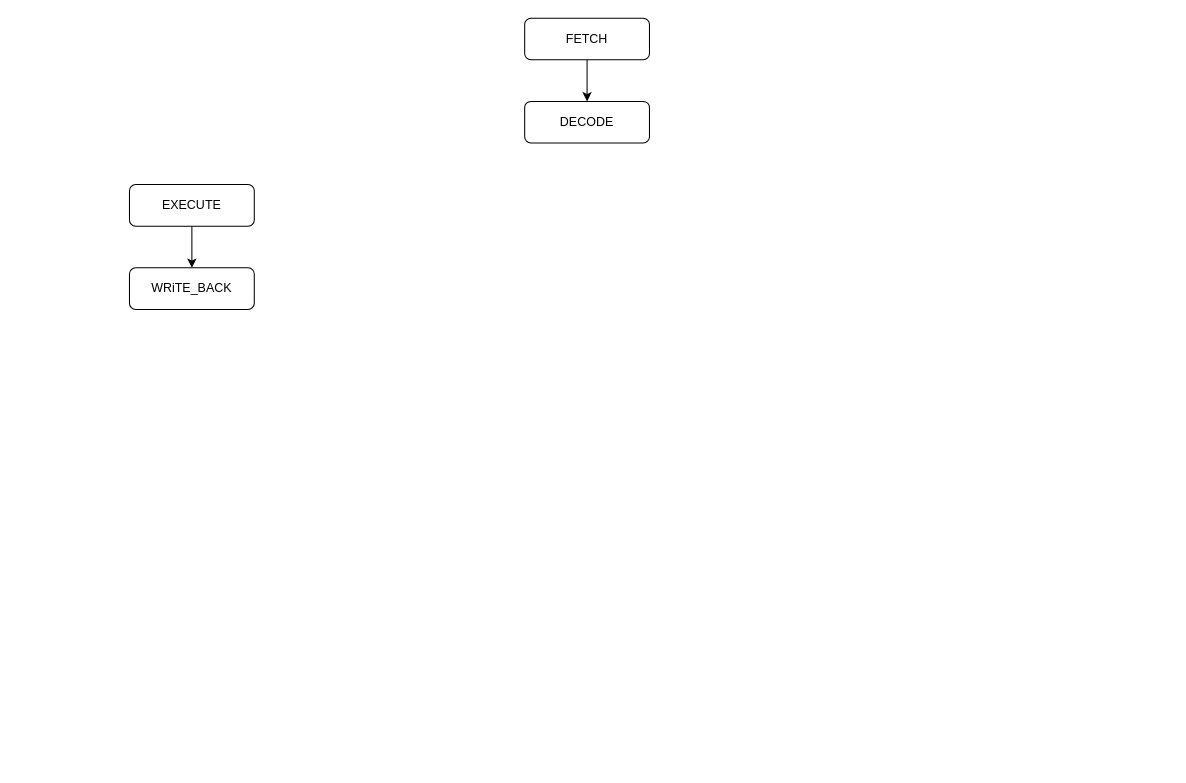
Before: page "State Machine" (3 of 4) of Datapath.drawio in SachiniW/RISC-V_Processor, a draw.io diagram. Source tidied: cells renumbered, new cells numbered last; positions are measured from the earlier drawing's top-left corner, leaving out a move shared by most shapes. Both pictures are drawn from the tidied source at 104%, with x=0, y=0 at pixel (129, 18).
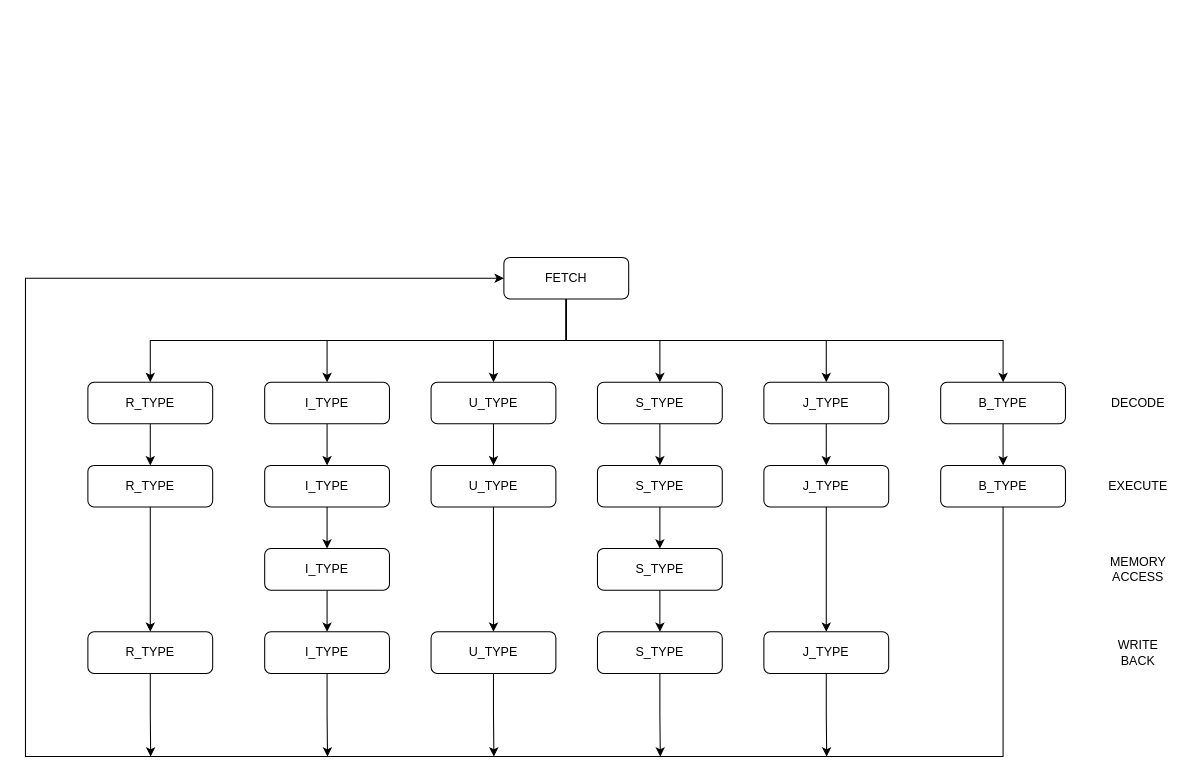
The same diagram, later.

Diff of the diagram source:
```diff
@@
-    <mxCell id="2" style="edgeStyle=none;html=1;" parent="1" edge="1" source="3" target="4">
-      <mxGeometry relative="1" as="geometry" />
-    </mxCell>
-    <mxCell id="3" value="FETCH" style="rounded=1;whiteSpace=wrap;html=1;" parent="1" vertex="1">
-      <mxGeometry x="380" width="120" height="40" as="geometry" />
-    </mxCell>
+    <mxCell id="8" style="edgeStyle=orthogonalEdgeStyle;html=1;exitX=0.5;exitY=1;exitDx=0;exitDy=0;entryX=0.5;entryY=0;entryDx=0;entryDy=0;rounded=0;" parent="1" edge="1" source="6" target="15">
+      <mxGeometry relative="1" as="geometry" />
+    </mxCell>
+    <mxCell id="9" style="edgeStyle=orthogonalEdgeStyle;rounded=0;html=1;exitX=0.5;exitY=1;exitDx=0;exitDy=0;entryX=0.5;entryY=0;entryDx=0;entryDy=0;" parent="1" edge="1" source="6" target="17">
+      <mxGeometry relative="1" as="geometry" />
+    </mxCell>
+    <mxCell id="5" style="edgeStyle=orthogonalEdgeStyle;rounded=0;html=1;exitX=0.5;exitY=1;exitDx=0;exitDy=0;entryX=0.5;entryY=0;entryDx=0;entryDy=0;" parent="1" edge="1" source="6" target="7">
+      <mxGeometry relative="1" as="geometry" />
+    </mxCell>
+    <mxCell id="10" style="edgeStyle=orthogonalEdgeStyle;rounded=0;html=1;exitX=0.5;exitY=1;exitDx=0;exitDy=0;entryX=0.5;entryY=0;entryDx=0;entryDy=0;" parent="1" edge="1" source="6" target="19">
+      <mxGeometry relative="1" as="geometry" />
+    </mxCell>
+    <mxCell id="11" style="edgeStyle=orthogonalEdgeStyle;rounded=0;html=1;exitX=0.5;exitY=1;exitDx=0;exitDy=0;" parent="1" edge="1" source="6" target="21">
+      <mxGeometry relative="1" as="geometry" />
+    </mxCell>
+    <mxCell id="12" style="edgeStyle=orthogonalEdgeStyle;rounded=0;html=1;exitX=0.5;exitY=1;exitDx=0;exitDy=0;entryX=0.5;entryY=0;entryDx=0;entryDy=0;" parent="1" edge="1" source="6" target="23">
+      <mxGeometry relative="1" as="geometry" />
+    </mxCell>
+    <mxCell id="6" value="FETCH" style="rounded=1;whiteSpace=wrap;html=1;" parent="1" vertex="1">
+      <mxGeometry x="360" y="230" width="120" height="40" as="geometry" />
+    </mxCell>
+    <mxCell id="13" style="edgeStyle=orthogonalEdgeStyle;rounded=0;html=1;exitX=0.5;exitY=1;exitDx=0;exitDy=0;entryX=0.5;entryY=0;entryDx=0;entryDy=0;" parent="1" edge="1" source="7" target="25">
+      <mxGeometry relative="1" as="geometry" />
+    </mxCell>
+    <mxCell id="7" value="U_TYPE" style="whiteSpace=wrap;html=1;rounded=1;" parent="1" vertex="1">
+      <mxGeometry x="290" y="350" width="120" height="40" as="geometry" />
+    </mxCell>
+    <mxCell id="14" style="edgeStyle=orthogonalEdgeStyle;rounded=0;html=1;exitX=0.5;exitY=1;exitDx=0;exitDy=0;entryX=0.5;entryY=0;entryDx=0;entryDy=0;" parent="1" edge="1" source="15" target="27">
+      <mxGeometry relative="1" as="geometry" />
+    </mxCell>
+    <mxCell id="15" value="R_TYPE" style="whiteSpace=wrap;html=1;rounded=1;" parent="1" vertex="1">
+      <mxGeometry x="-40" y="350" width="120" height="40" as="geometry" />
+    </mxCell>
+    <mxCell id="16" style="edgeStyle=orthogonalEdgeStyle;rounded=0;html=1;exitX=0.5;exitY=1;exitDx=0;exitDy=0;entryX=0.5;entryY=0;entryDx=0;entryDy=0;" parent="1" edge="1" source="17" target="29">
+      <mxGeometry relative="1" as="geometry" />
+    </mxCell>
+    <mxCell id="17" value="I_TYPE" style="whiteSpace=wrap;html=1;rounded=1;" parent="1" vertex="1">
+      <mxGeometry x="130" y="350" width="120" height="40" as="geometry" />
+    </mxCell>
+    <mxCell id="18" style="edgeStyle=orthogonalEdgeStyle;rounded=0;html=1;exitX=0.5;exitY=1;exitDx=0;exitDy=0;entryX=0.5;entryY=0;entryDx=0;entryDy=0;" parent="1" edge="1" source="19" target="31">
+      <mxGeometry relative="1" as="geometry" />
+    </mxCell>
+    <mxCell id="19" value="S_TYPE" style="whiteSpace=wrap;html=1;rounded=1;" parent="1" vertex="1">
+      <mxGeometry x="450" y="350" width="120" height="40" as="geometry" />
+    </mxCell>
+    <mxCell id="20" style="edgeStyle=orthogonalEdgeStyle;rounded=0;html=1;exitX=0.5;exitY=1;exitDx=0;exitDy=0;entryX=0.5;entryY=0;entryDx=0;entryDy=0;" parent="1" edge="1" source="21" target="33">
+      <mxGeometry relative="1" as="geometry" />
+    </mxCell>
+    <mxCell id="21" value="J_TYPE" style="whiteSpace=wrap;html=1;rounded=1;" parent="1" vertex="1">
+      <mxGeometry x="610" y="350" width="120" height="40" as="geometry" />
+    </mxCell>
+    <mxCell id="22" style="edgeStyle=none;rounded=0;html=1;exitX=0.5;exitY=1;exitDx=0;exitDy=0;entryX=0.5;entryY=0;entryDx=0;entryDy=0;" parent="1" edge="1" source="23" target="35">
+      <mxGeometry relative="1" as="geometry" />
+    </mxCell>
+    <mxCell id="23" value="B_TYPE" style="whiteSpace=wrap;html=1;rounded=1;" parent="1" vertex="1">
+      <mxGeometry x="780" y="350" width="120" height="40" as="geometry" />
+    </mxCell>
-    <mxCell id="4" value="DECODE" style="rounded=1;whiteSpace=wrap;html=1;" parent="1" vertex="1">
-      <mxGeometry x="380" y="80" width="120" height="40" as="geometry" />
+    <mxCell id="4" value="DECODE" style="text;html=1;strokeColor=none;fillColor=none;align=center;verticalAlign=middle;whiteSpace=wrap;rounded=0;" parent="1" vertex="1">
+      <mxGeometry x="950" y="360" width="40" height="20" as="geometry" />
     </mxCell>
-    <mxCell id="5" style="edgeStyle=none;html=1;" parent="1" edge="1" source="6" target="7">
-      <mxGeometry relative="1" as="geometry" />
-    </mxCell>
-    <mxCell id="6" value="EXECUTE" style="rounded=1;whiteSpace=wrap;html=1;" parent="1" vertex="1">
-      <mxGeometry y="160" width="120" height="40" as="geometry" />
-    </mxCell>
-    <mxCell id="7" value="WRiTE_BACK" style="whiteSpace=wrap;html=1;rounded=1;" parent="1" vertex="1">
-      <mxGeometry y="240" width="120" height="40" as="geometry" />
-    </mxCell>
+    <mxCell id="24" style="edgeStyle=orthogonalEdgeStyle;rounded=0;html=1;exitX=0.5;exitY=1;exitDx=0;exitDy=0;entryX=0.5;entryY=0;entryDx=0;entryDy=0;" parent="1" edge="1" source="25" target="41">
+      <mxGeometry relative="1" as="geometry" />
+    </mxCell>
+    <mxCell id="25" value="U_TYPE" style="whiteSpace=wrap;html=1;rounded=1;" parent="1" vertex="1">
+      <mxGeometry x="290" y="430" width="120" height="40" as="geometry" />
+    </mxCell>
+    <mxCell id="26" style="edgeStyle=orthogonalEdgeStyle;rounded=0;html=1;exitX=0.5;exitY=1;exitDx=0;exitDy=0;entryX=0.5;entryY=0;entryDx=0;entryDy=0;" parent="1" edge="1" source="27" target="43">
+      <mxGeometry relative="1" as="geometry" />
+    </mxCell>
+    <mxCell id="27" value="R_TYPE" style="whiteSpace=wrap;html=1;rounded=1;" parent="1" vertex="1">
+      <mxGeometry x="-40" y="430" width="120" height="40" as="geometry" />
+    </mxCell>
+    <mxCell id="28" style="edgeStyle=orthogonalEdgeStyle;rounded=0;html=1;exitX=0.5;exitY=1;exitDx=0;exitDy=0;entryX=0.5;entryY=0;entryDx=0;entryDy=0;" parent="1" edge="1" source="29" target="37">
+      <mxGeometry relative="1" as="geometry" />
+    </mxCell>
+    <mxCell id="29" value="I_TYPE" style="whiteSpace=wrap;html=1;rounded=1;" parent="1" vertex="1">
+      <mxGeometry x="130" y="430" width="120" height="40" as="geometry" />
+    </mxCell>
+    <mxCell id="30" style="edgeStyle=orthogonalEdgeStyle;rounded=0;html=1;exitX=0.5;exitY=1;exitDx=0;exitDy=0;entryX=0.5;entryY=0;entryDx=0;entryDy=0;" parent="1" edge="1" source="31" target="39">
+      <mxGeometry relative="1" as="geometry" />
+    </mxCell>
+    <mxCell id="31" value="S_TYPE" style="whiteSpace=wrap;html=1;rounded=1;" parent="1" vertex="1">
+      <mxGeometry x="450" y="430" width="120" height="40" as="geometry" />
+    </mxCell>
+    <mxCell id="32" style="edgeStyle=orthogonalEdgeStyle;rounded=0;html=1;exitX=0.5;exitY=1;exitDx=0;exitDy=0;entryX=0.5;entryY=0;entryDx=0;entryDy=0;" parent="1" edge="1" source="33" target="49">
+      <mxGeometry relative="1" as="geometry" />
+    </mxCell>
+    <mxCell id="33" value="J_TYPE" style="whiteSpace=wrap;html=1;rounded=1;" parent="1" vertex="1">
+      <mxGeometry x="610" y="430" width="120" height="40" as="geometry" />
+    </mxCell>
+    <mxCell id="34" style="edgeStyle=orthogonalEdgeStyle;rounded=0;html=1;exitX=0.5;exitY=1;exitDx=0;exitDy=0;entryX=0;entryY=0.5;entryDx=0;entryDy=0;" parent="1" edge="1" source="35" target="6">
+      <mxGeometry relative="1" as="geometry">
+        <Array as="points">
+          <mxPoint x="840" y="710" />
+          <mxPoint x="-100" y="710" />
+          <mxPoint x="-100" y="250" />
+        </Array>
+      </mxGeometry>
+    </mxCell>
+    <mxCell id="35" value="B_TYPE" style="whiteSpace=wrap;html=1;rounded=1;" parent="1" vertex="1">
+      <mxGeometry x="780" y="430" width="120" height="40" as="geometry" />
+    </mxCell>
+    <mxCell id="36" style="edgeStyle=orthogonalEdgeStyle;rounded=0;html=1;exitX=0.5;exitY=1;exitDx=0;exitDy=0;entryX=0.5;entryY=0;entryDx=0;entryDy=0;" parent="1" edge="1" source="37" target="45">
+      <mxGeometry relative="1" as="geometry" />
+    </mxCell>
+    <mxCell id="37" value="I_TYPE" style="whiteSpace=wrap;html=1;rounded=1;" parent="1" vertex="1">
+      <mxGeometry x="130" y="510" width="120" height="40" as="geometry" />
+    </mxCell>
+    <mxCell id="38" style="edgeStyle=orthogonalEdgeStyle;rounded=0;html=1;exitX=0.5;exitY=1;exitDx=0;exitDy=0;entryX=0.5;entryY=0;entryDx=0;entryDy=0;" parent="1" edge="1" source="39" target="47">
+      <mxGeometry relative="1" as="geometry" />
+    </mxCell>
+    <mxCell id="39" value="S_TYPE" style="whiteSpace=wrap;html=1;rounded=1;" parent="1" vertex="1">
+      <mxGeometry x="450" y="510" width="120" height="40" as="geometry" />
+    </mxCell>
+    <mxCell id="40" style="edgeStyle=orthogonalEdgeStyle;rounded=0;html=1;exitX=0.5;exitY=1;exitDx=0;exitDy=0;" parent="1" edge="1" source="41">
+      <mxGeometry relative="1" as="geometry">
+        <mxPoint x="350.4" y="710" as="targetPoint" />
+      </mxGeometry>
+    </mxCell>
+    <mxCell id="41" value="U_TYPE" style="whiteSpace=wrap;html=1;rounded=1;" parent="1" vertex="1">
+      <mxGeometry x="290" y="590" width="120" height="40" as="geometry" />
+    </mxCell>
+    <mxCell id="42" style="edgeStyle=orthogonalEdgeStyle;rounded=0;html=1;exitX=0.5;exitY=1;exitDx=0;exitDy=0;" parent="1" edge="1" source="43">
+      <mxGeometry relative="1" as="geometry">
+        <mxPoint x="20.4" y="710" as="targetPoint" />
+      </mxGeometry>
+    </mxCell>
+    <mxCell id="43" value="R_TYPE" style="whiteSpace=wrap;html=1;rounded=1;" parent="1" vertex="1">
+      <mxGeometry x="-40" y="590" width="120" height="40" as="geometry" />
+    </mxCell>
+    <mxCell id="44" style="edgeStyle=orthogonalEdgeStyle;rounded=0;html=1;exitX=0.5;exitY=1;exitDx=0;exitDy=0;" parent="1" edge="1" source="45">
+      <mxGeometry relative="1" as="geometry">
+        <mxPoint x="190.4" y="710" as="targetPoint" />
+      </mxGeometry>
+    </mxCell>
+    <mxCell id="45" value="I_TYPE" style="whiteSpace=wrap;html=1;rounded=1;" parent="1" vertex="1">
+      <mxGeometry x="130" y="590" width="120" height="40" as="geometry" />
+    </mxCell>
+    <mxCell id="46" style="edgeStyle=orthogonalEdgeStyle;rounded=0;html=1;exitX=0.5;exitY=1;exitDx=0;exitDy=0;" parent="1" edge="1" source="47">
+      <mxGeometry relative="1" as="geometry">
+        <mxPoint x="510.4" y="710" as="targetPoint" />
+      </mxGeometry>
+    </mxCell>
+    <mxCell id="47" value="S_TYPE" style="whiteSpace=wrap;html=1;rounded=1;" parent="1" vertex="1">
+      <mxGeometry x="450" y="590" width="120" height="40" as="geometry" />
+    </mxCell>
+    <mxCell id="48" style="edgeStyle=orthogonalEdgeStyle;rounded=0;html=1;exitX=0.5;exitY=1;exitDx=0;exitDy=0;" parent="1" edge="1" source="49">
+      <mxGeometry relative="1" as="geometry">
+        <mxPoint x="670.4" y="710" as="targetPoint" />
+      </mxGeometry>
+    </mxCell>
+    <mxCell id="49" value="J_TYPE" style="whiteSpace=wrap;html=1;rounded=1;" parent="1" vertex="1">
+      <mxGeometry x="610" y="590" width="120" height="40" as="geometry" />
+    </mxCell>
+    <mxCell id="50" value="EXECUTE" style="text;html=1;strokeColor=none;fillColor=none;align=center;verticalAlign=middle;whiteSpace=wrap;rounded=0;" parent="1" vertex="1">
+      <mxGeometry x="950" y="440" width="40" height="20" as="geometry" />
+    </mxCell>
+    <mxCell id="51" value="MEMORY ACCESS" style="text;html=1;strokeColor=none;fillColor=none;align=center;verticalAlign=middle;whiteSpace=wrap;rounded=0;" parent="1" vertex="1">
+      <mxGeometry x="950" y="520" width="40" height="20" as="geometry" />
+    </mxCell>
+    <mxCell id="52" value="WRITE BACK" style="text;html=1;strokeColor=none;fillColor=none;align=center;verticalAlign=middle;whiteSpace=wrap;rounded=0;" parent="1" vertex="1">
+      <mxGeometry x="950" y="600" width="40" height="20" as="geometry" />
+    </mxCell>
```
